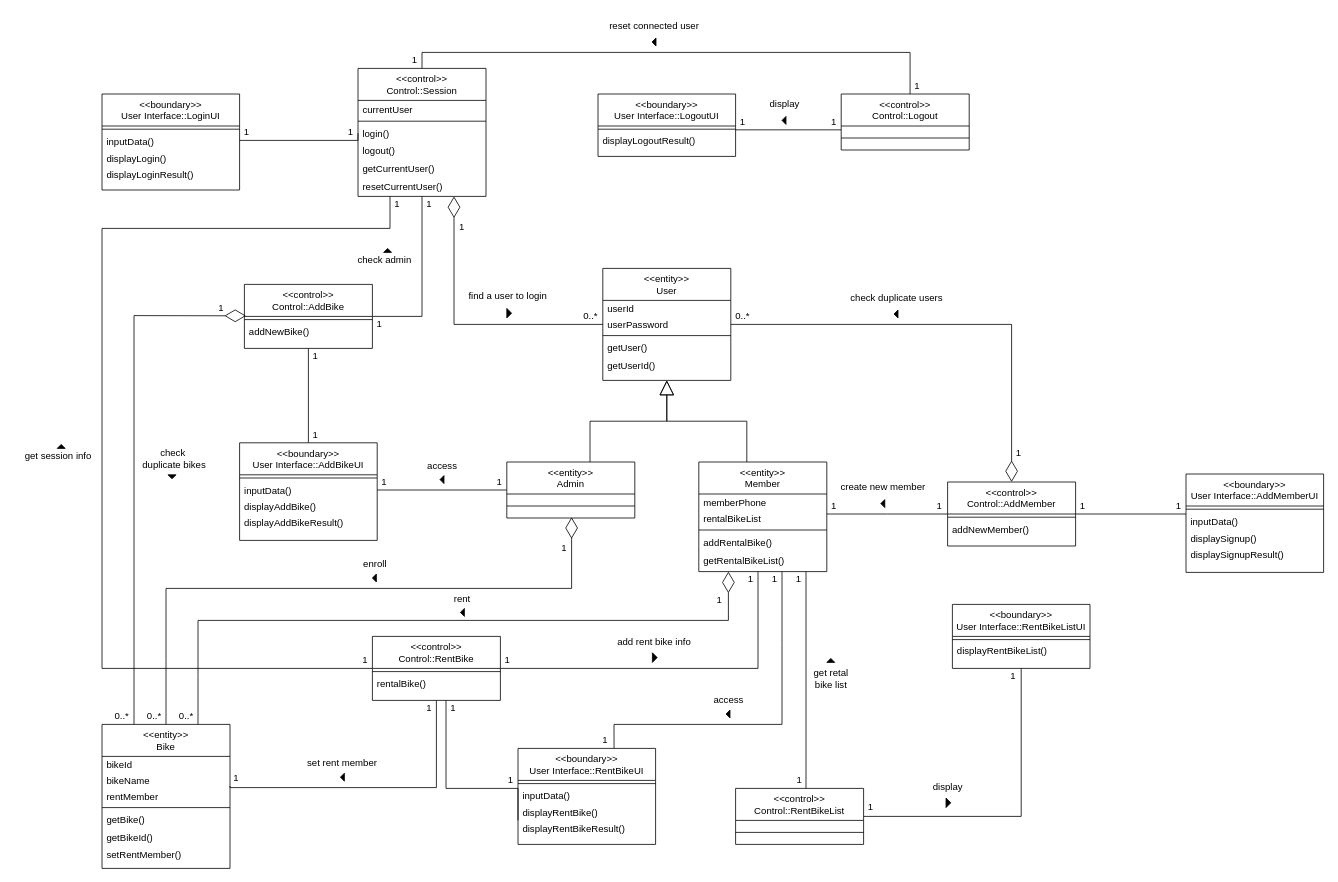
cmin42/2025-1-SE-HW keeps this draw.io diagram as requirement_capturing/analysis_class_diagram.drawio. Above is the earlier version. Source tidied: cells renumbered, new cells numbered last; positions are measured from the earlier drawing's top-left corner, leaving out a move shared by most shapes. Both pictures are drawn from the tidied source at 80%, with x=0, y=0 at pixel (14, 14).
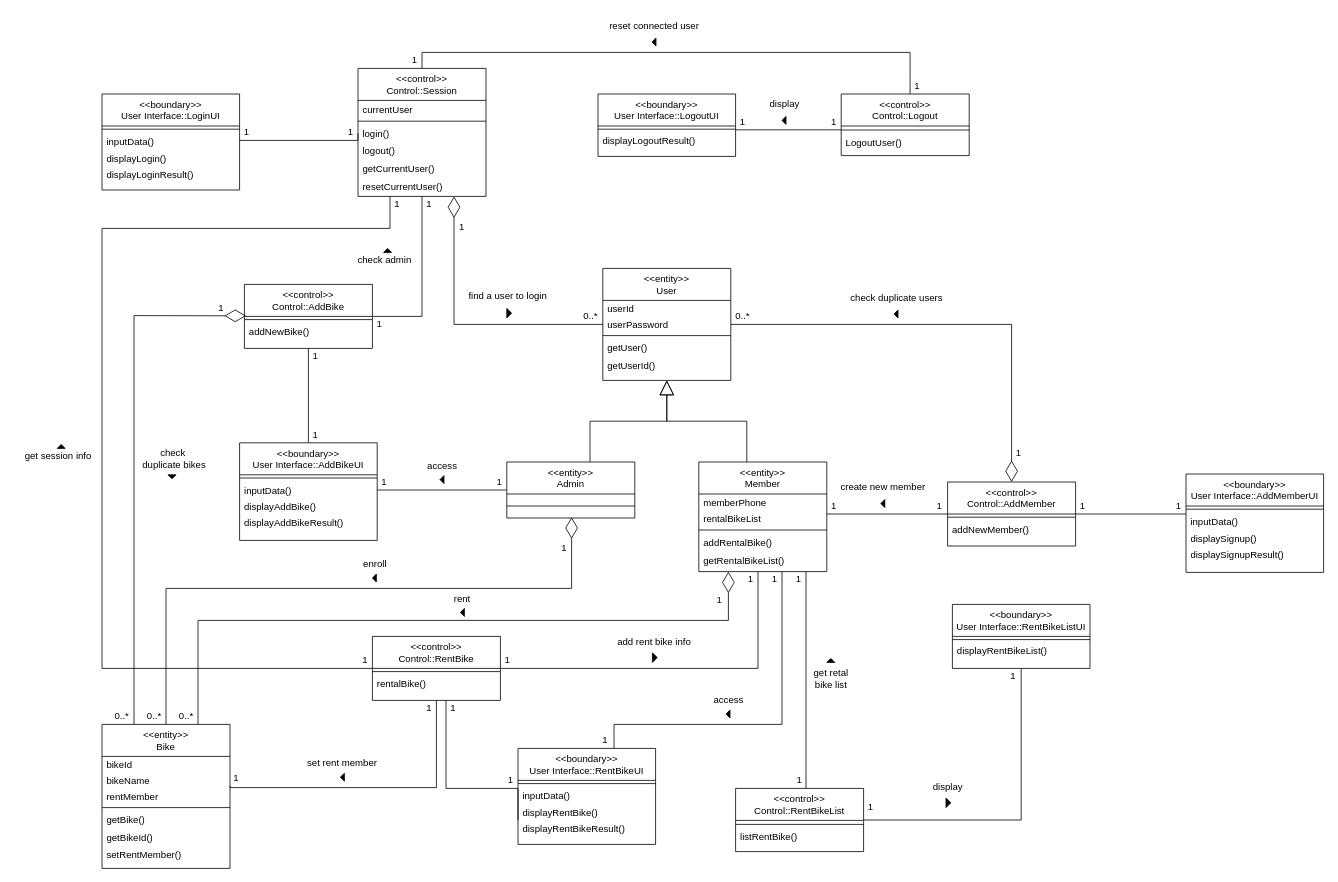
After the change.

Commit message:
fix: contol class 함수 추가

The edit, as a diff of the source:
```diff
@@
     <mxCell id="67" value="&lt;&lt;control&gt;&gt;&#10;Control::RentBikeList" style="swimlane;fontStyle=0;align=center;verticalAlign=top;horizontal=1;startSize=40;rounded=0;shadow=0;strokeWidth=1;" parent="1" vertex="1">
-      <mxGeometry x="902" y="968" width="160" height="70" as="geometry" />
+      <mxGeometry x="902" y="968" width="160" height="79" as="geometry" />
     </mxCell>
     <mxCell id="68" style="line;html=1;strokeWidth=1;align=left;verticalAlign=middle;spacingTop=-1;spacingLeft=3;spacingRight=3;labelPosition=right;" parent="67" vertex="1">
-      <mxGeometry y="40" width="160" height="30" as="geometry" />
+      <mxGeometry y="40" width="160" height="10" as="geometry" />
     </mxCell>
+    <mxCell id="164" value="listRentBike()" style="text;align=left;verticalAlign=middle;spacingLeft=4;spacingRight=4;overflow=hidden;" parent="67" vertex="1">
+      <mxGeometry y="50" width="160" height="20" as="geometry" />
+    </mxCell>
@@
     <mxCell id="118" value="&lt;&lt;control&gt;&gt;&#10;Control::Logout" style="swimlane;fontStyle=0;align=center;verticalAlign=top;horizontal=1;startSize=40;rounded=0;shadow=0;strokeWidth=1;" parent="1" vertex="1">
-      <mxGeometry x="1034" y="100" width="160" height="70" as="geometry" />
+      <mxGeometry x="1034" y="100" width="160" height="77" as="geometry" />
     </mxCell>
     <mxCell id="119" style="line;html=1;strokeWidth=1;align=left;verticalAlign=middle;spacingTop=-1;spacingLeft=3;spacingRight=3;labelPosition=right;" parent="118" vertex="1">
-      <mxGeometry y="40" width="160" height="30" as="geometry" />
+      <mxGeometry y="40" width="160" height="10" as="geometry" />
     </mxCell>
+    <mxCell id="165" value="LogoutUser()" style="text;align=left;verticalAlign=middle;spacingLeft=4;spacingRight=4;overflow=hidden;" parent="118" vertex="1">
+      <mxGeometry y="50" width="160" height="20" as="geometry" />
+    </mxCell>
```
